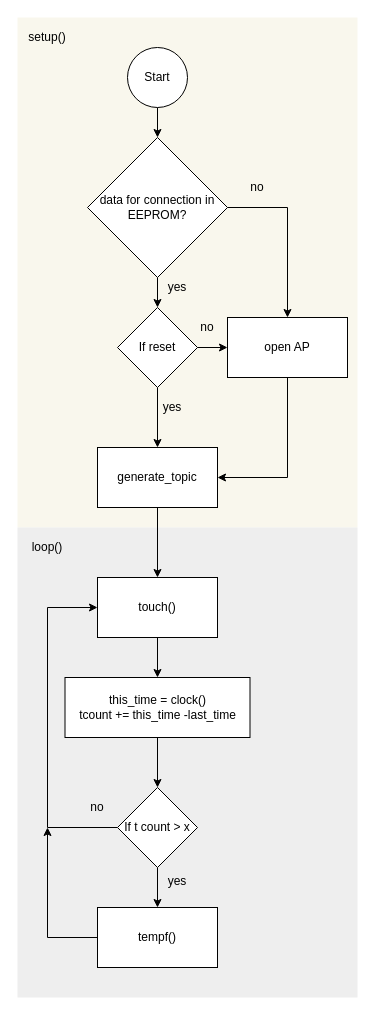
Earlier version of the draw.io diagram Fachbericht/graphics/StatemaschineSensor.drawio (nussinussi/Projekt6Thesis). Source tidied: cells renumbered, new cells numbered last; positions are measured from the earlier drawing's top-left corner, leaving out a move shared by most shapes. Both pictures are drawn from the tidied source at 100%, with x=0, y=0 at pixel (17, 17).
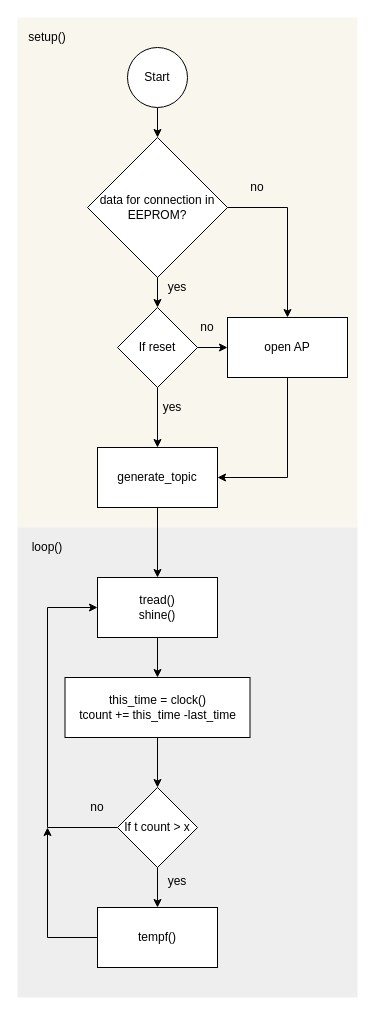
After the change.

Commit message (it also covers changes not shown here):
doku sensor software

Diff of the diagram source:
```diff
@@
-    <mxCell id="9" value="touch()" style="rounded=0;whiteSpace=wrap;html=1;" parent="1" vertex="1">
+    <mxCell id="9" value="tread()&lt;br&gt;shine()" style="rounded=0;whiteSpace=wrap;html=1;" parent="1" vertex="1">
       <mxGeometry x="80" y="560" width="120" height="60" as="geometry" />
     </mxCell>
```
